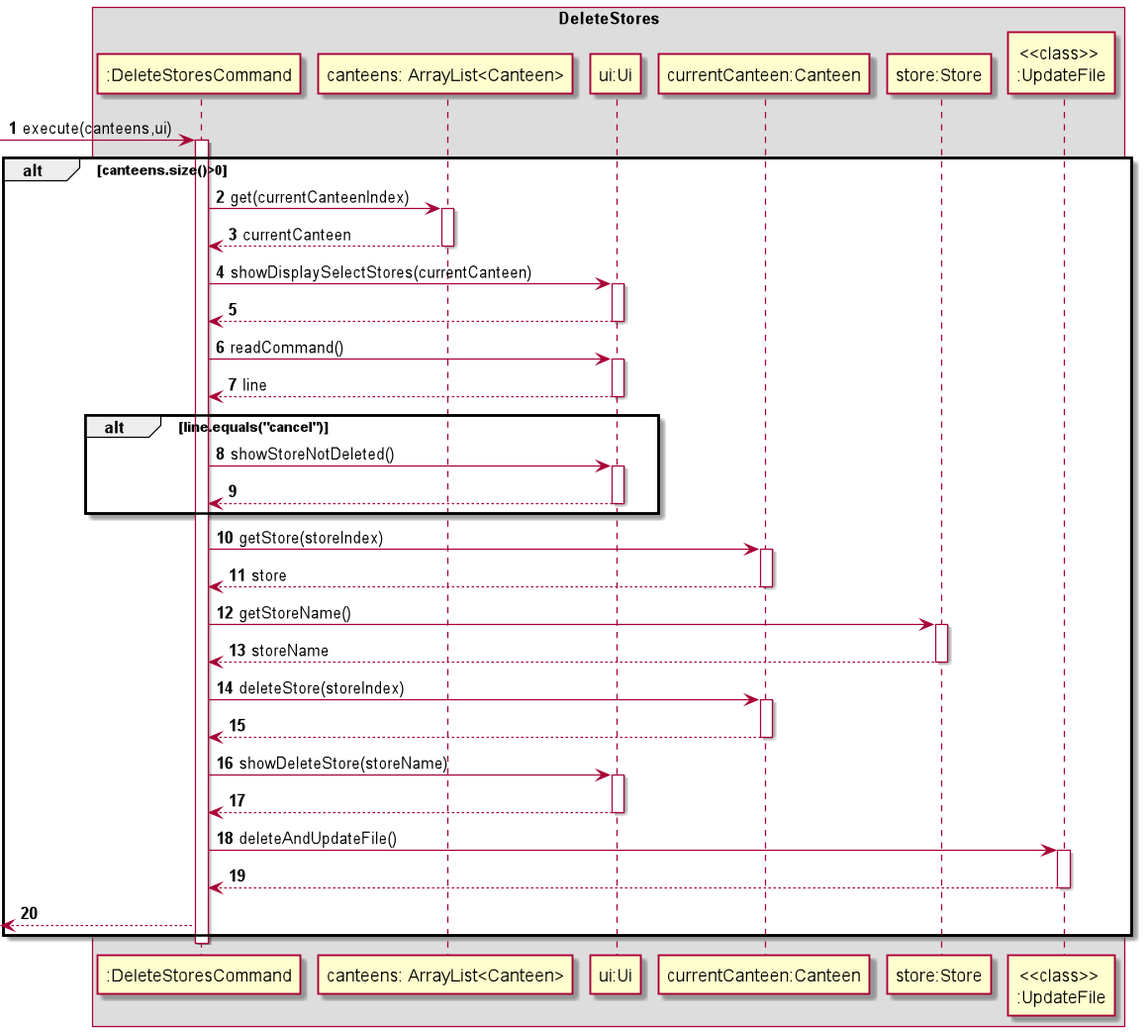
Above: docs/img/DeleteStore.png in nagiteja/tp (PlantUML), before the change.
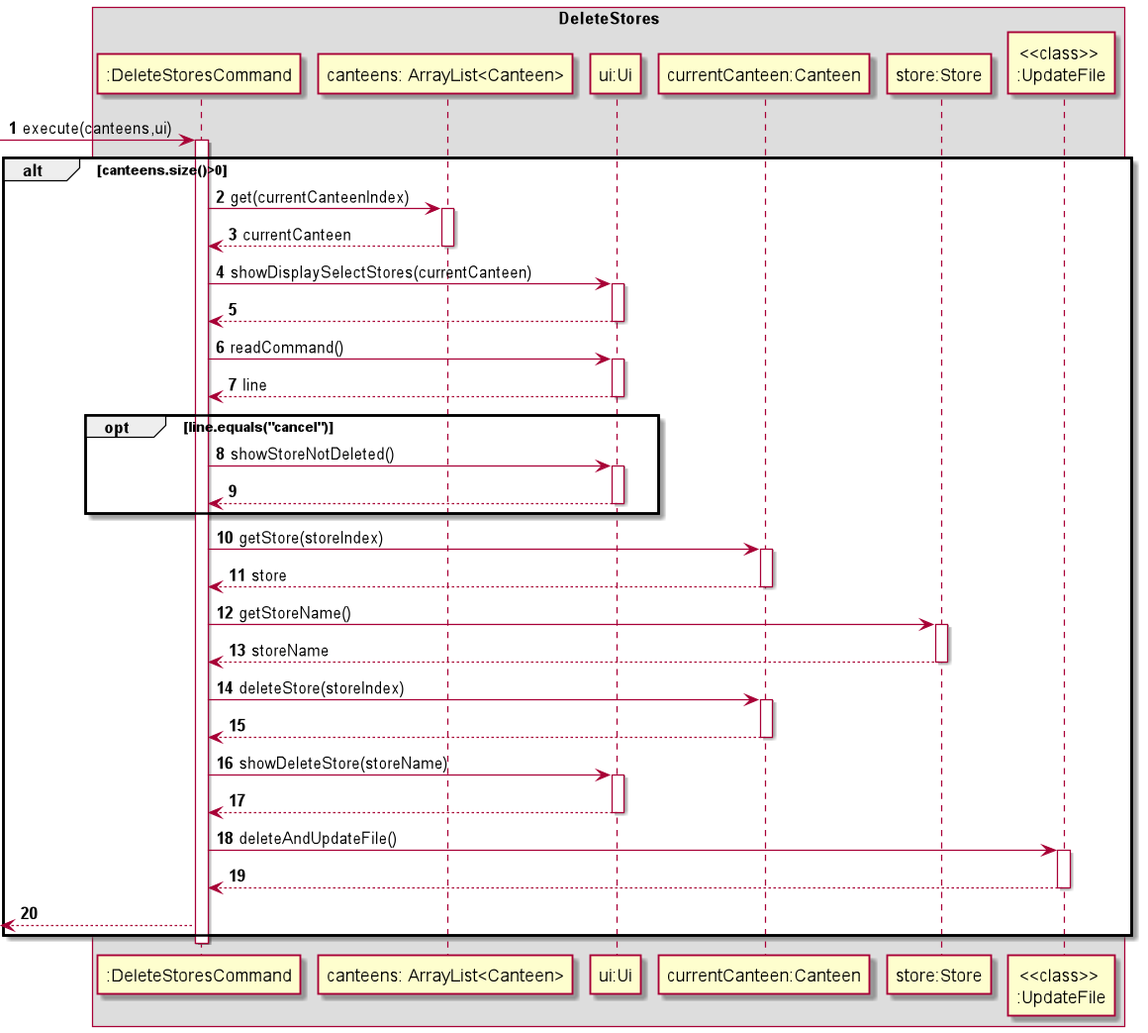
The same diagram one commit later.

Commit message:
update sequence diagrams

The edit, as a diff of the source:
```diff
@@ -19,7 +19,7 @@
     activate "ui:Ui"
     "ui:Ui"-->":DeleteStoresCommand":line
     deactivate "ui:Ui"
-    alt line.equals("cancel")
+    opt line.equals("cancel")
         ":DeleteStoresCommand"->"ui:Ui":showStoreNotDeleted()
         activate "ui:Ui"
         "ui:Ui"-->":DeleteStoresCommand"
```
